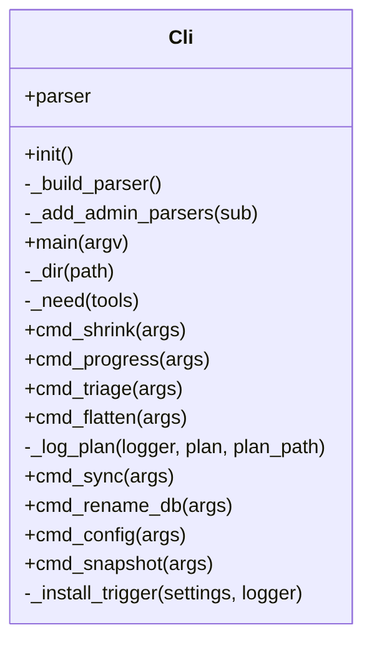
Above: docs/img/uml_cli.png in peddanet/mediatools (Mermaid), before the change. Its source is kept beside it as docs/img/uml_cli.mmd. Source of this version:
```mermaid
classDiagram
  direction LR
  class Cli {
    +parser
    +init()
    -_build_parser()
    -_add_admin_parsers(sub)
    +main(argv)
    -_dir(path)
    -_need(tools)
    +cmd_shrink(args)
    +cmd_stop(_args)
    +cmd_attach(_args)
    +cmd_front(_args)
    +cmd_progress(args)
    +cmd_triage(args)
    +cmd_flatten(args)
    -_log_plan(logger, plan, plan_path)
    +cmd_sync(args)
    +cmd_rename_db(args)
    +cmd_config(args)
    +cmd_snapshot(args)
    -_install_trigger(settings, logger)
  }
```
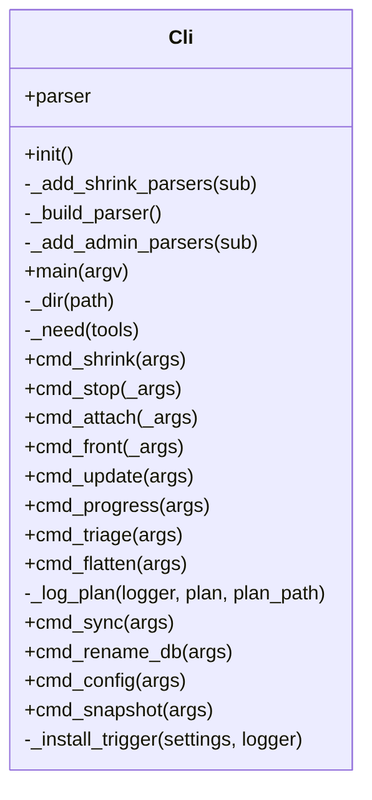
The same file after the commit.

Change to the diagram source:
```diff
@@ -3,6 +3,7 @@
   class Cli {
     +parser
     +init()
+    -_add_shrink_parsers(sub)
     -_build_parser()
     -_add_admin_parsers(sub)
     +main(argv)
@@ -12,6 +13,7 @@
     +cmd_stop(_args)
     +cmd_attach(_args)
     +cmd_front(_args)
+    +cmd_update(args)
     +cmd_progress(args)
     +cmd_triage(args)
     +cmd_flatten(args)
```
